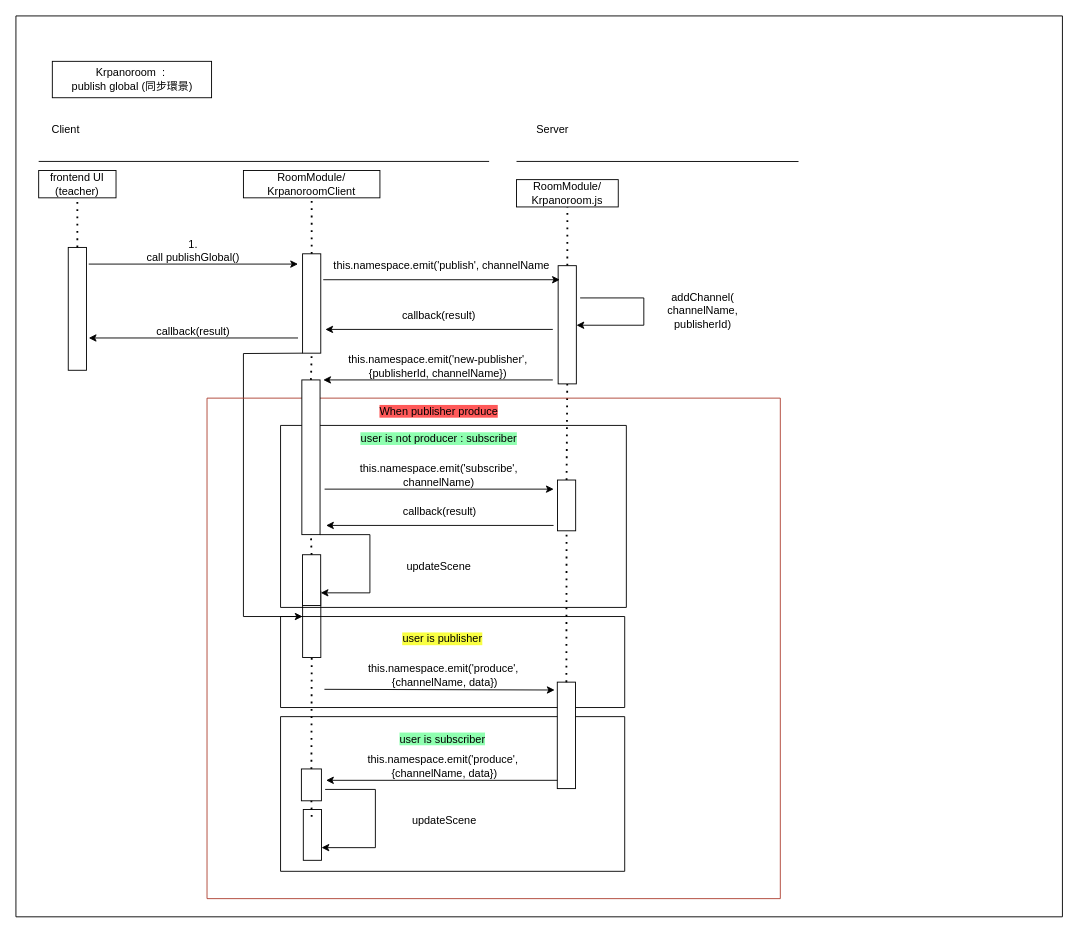
This is classroom-ultra-uml/sequence-diagram/Krpanoroom-publish.drawio from doremi31618/Assets, a draw.io file, before an edit. Source tidied: cells renumbered, new cells numbered last; positions are measured from the earlier drawing's top-left corner, leaving out a move shared by most shapes. Both pictures are drawn from the tidied source at 91%, with x=0, y=0 at pixel (15, 15).
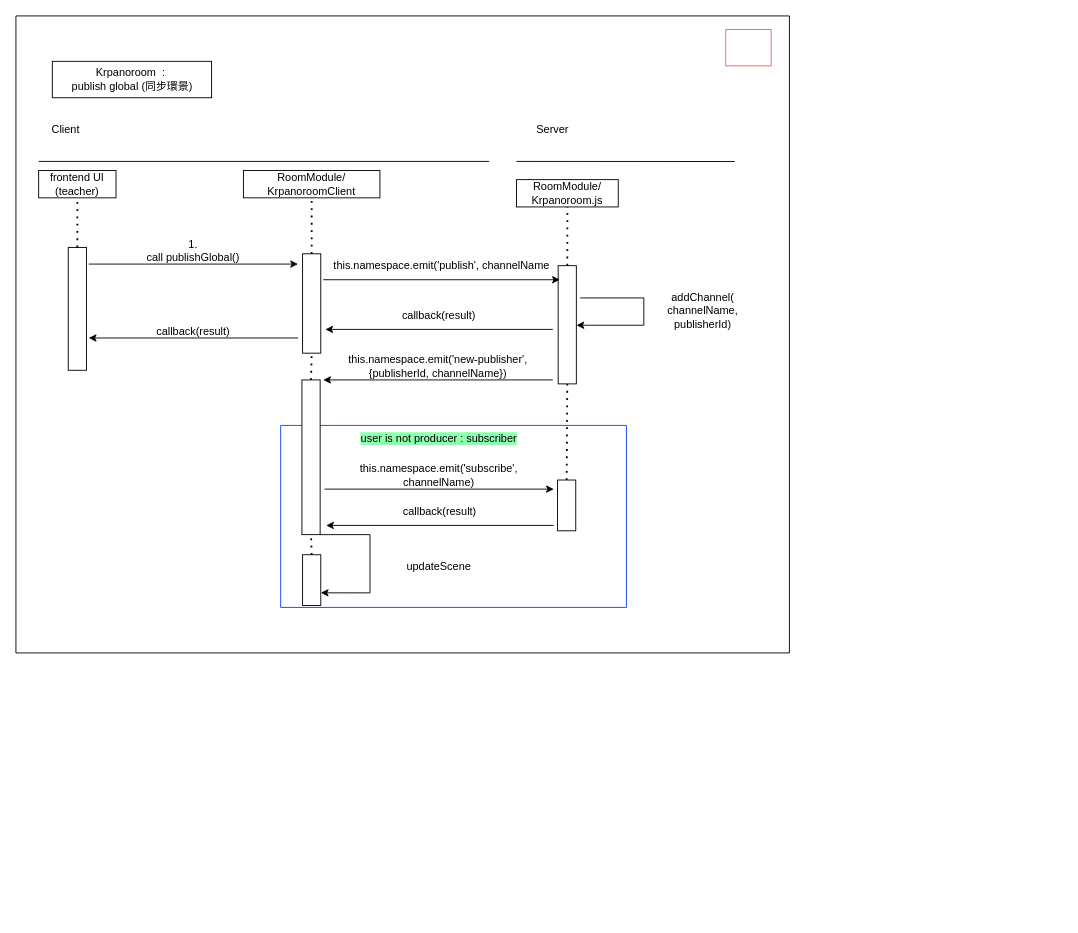
The same diagram, later.

The change refers to these unchanged cells:
```xml
<mxCell id="11" style="rounded=0;whiteSpace=wrap;html=1;rotation=90;" parent="2" vertex="1">
  <mxGeometry x="270.4" y="306" width="109.2" height="20" as="geometry" />
</mxCell>
<mxCell id="53" style="rounded=0;whiteSpace=wrap;html=1;rotation=90;spacing=4;" parent="51" vertex="1">
  <mxGeometry x="286.4" y="77.9" width="55.8" height="20" as="geometry" />
</mxCell>
<mxCell id="59" style="rounded=0;whiteSpace=wrap;html=1;rotation=90;spacing=4;" parent="51" vertex="1">
  <mxGeometry x="6.2" y="160" width="55.8" height="20" as="geometry" />
</mxCell>
```

What changed in the source:
```diff
@@
     <mxCell id="2" style="swimlane;startSize=0;fillColor=#FF5959;" parent="1" vertex="1">
-      <mxGeometry width="1150" height="990" as="geometry" />
+      <mxGeometry width="850" height="700" as="geometry" />
     </mxCell>
@@
     <mxCell id="6" style="endArrow=none;html=1;rounded=0;" parent="2" edge="1">
       <mxGeometry relative="1" as="geometry">
         <mxPoint x="550.1" y="159.9" as="sourcePoint" />
-        <mxPoint x="860" y="160" as="targetPoint" />
+        <mxPoint x="790" y="160" as="targetPoint" />
       </mxGeometry>
     </mxCell>
@@
-    <mxCell id="32" style="rounded=0;whiteSpace=wrap;html=1;rotation=90;spacing=4;" parent="2" vertex="1">
-      <mxGeometry x="288.6" y="658.6" width="72.9" height="20" as="geometry" />
-    </mxCell>
-    <mxCell id="33" style="endArrow=classic;html=1;rounded=0;exitX=1;exitY=1;exitDx=0;exitDy=0;" parent="2" edge="1" source="11">
-      <mxGeometry relative="1" as="geometry">
-        <mxPoint x="315" y="660" as="targetPoint" />
-        <Array as="points">
-          <mxPoint x="250" y="371" />
-          <mxPoint x="250" y="660" />
-        </Array>
-      </mxGeometry>
-    </mxCell>
-    <mxCell id="34" style="endArrow=none;dashed=1;html=1;dashPattern=1 3;strokeWidth=2;rounded=0;fontColor=#000000;entryX=1;entryY=0.5;entryDx=0;entryDy=0;exitX=0;exitY=0.5;exitDx=0;exitDy=0;" parent="2" edge="1" source="32" target="59">
-      <mxGeometry relative="1" as="geometry" />
-    </mxCell>
-    <mxCell id="35" style="endArrow=none;dashed=1;html=1;dashPattern=1 3;strokeWidth=2;rounded=0;fontColor=#000000;entryX=1;entryY=0.5;entryDx=0;entryDy=0;exitX=0.5;exitY=0;exitDx=0;exitDy=0;" parent="2" edge="1" source="39" target="32">
-      <mxGeometry relative="1" as="geometry" />
-    </mxCell>
-    <mxCell id="36" style="swimlane;startSize=0;labelBackgroundColor=#F9FF42;rounded=0;shadow=0;glass=0;fillColor=#fad9d5;strokeColor=#ae4132;fillStyle=auto;" parent="2" vertex="1">
-      <mxGeometry x="210" y="420" width="630" height="550" as="geometry" />
-    </mxCell>
-    <mxCell id="37" style="swimlane;startSize=0;labelBackgroundColor=#F9FF42;fontColor=#000000;fillColor=#8FFFB0;" parent="36" vertex="1">
-      <mxGeometry x="80.8" y="350" width="378.2" height="170" as="geometry" />
-    </mxCell>
-    <mxCell id="38" value="&lt;span style=&quot;background-color: rgb(143, 255, 176);&quot;&gt;user is subscriber&lt;/span&gt;" style="text;strokeColor=none;align=center;fillColor=none;html=1;verticalAlign=middle;whiteSpace=wrap;rounded=0;" parent="37" vertex="1">
-      <mxGeometry x="58.3" y="10" width="240" height="30" as="geometry" />
-    </mxCell>
-    <mxCell id="39" style="whiteSpace=wrap;html=1;labelBackgroundColor=#F9FF42;fontColor=#000000;" parent="37" vertex="1">
-      <mxGeometry x="22.9" y="57.5" width="22" height="35" as="geometry" />
-    </mxCell>
-    <mxCell id="40" value="this.namespace.emit('produce',&lt;br style=&quot;border-color: var(--border-color);&quot;&gt;&amp;nbsp;{channelName, data})" style="text;strokeColor=none;align=center;fillColor=none;html=1;verticalAlign=middle;whiteSpace=wrap;rounded=0;fontColor=#000000;" parent="37" vertex="1">
-      <mxGeometry x="50" y="40" width="256.6" height="30" as="geometry" />
-    </mxCell>
-    <mxCell id="41" style="endArrow=classic;html=1;rounded=0;fontColor=#000000;exitX=1;exitY=1;exitDx=0;exitDy=0;entryX=0;entryY=1;entryDx=0;entryDy=0;" parent="37" edge="1" source="40" target="40">
-      <mxGeometry relative="1" as="geometry" />
-    </mxCell>
-    <mxCell id="42" style="rounded=0;whiteSpace=wrap;html=1;rotation=90;spacing=4;" parent="37" vertex="1">
-      <mxGeometry x="7.1" y="120" width="55.8" height="20" as="geometry" />
-    </mxCell>
-    <mxCell id="43" style="endArrow=classic;html=1;rounded=0;exitX=1;exitY=1;exitDx=0;exitDy=0;entryX=0.75;entryY=0;entryDx=0;entryDy=0;" parent="37" edge="1" target="42">
-      <mxGeometry relative="1" as="geometry">
-        <mxPoint x="49" y="80" as="sourcePoint" />
-        <Array as="points">
-          <mxPoint x="104.2" y="80" />
-          <mxPoint x="104.2" y="144" />
-        </Array>
-      </mxGeometry>
-    </mxCell>
-    <mxCell id="44" value="updateScene" style="text;strokeColor=none;align=center;fillColor=none;html=1;verticalAlign=middle;whiteSpace=wrap;rounded=0;" parent="37" vertex="1">
-      <mxGeometry x="130.2" y="100" width="100.1" height="30" as="geometry" />
-    </mxCell>
-    <mxCell id="45" style="endArrow=none;dashed=1;html=1;dashPattern=1 3;strokeWidth=2;rounded=0;fontColor=#000000;entryX=0.5;entryY=1;entryDx=0;entryDy=0;" parent="37" edge="1" target="39">
-      <mxGeometry relative="1" as="geometry">
-        <mxPoint x="34.2" y="110" as="sourcePoint" />
-      </mxGeometry>
-    </mxCell>
-    <mxCell id="46" style="swimlane;startSize=0;fillColor=#F9FF42;" parent="36" vertex="1">
-      <mxGeometry x="80.8" y="240" width="378.2" height="100" as="geometry" />
-    </mxCell>
-    <mxCell id="47" value="&lt;span style=&quot;background-color: rgb(249, 255, 66);&quot;&gt;user is publisher&lt;/span&gt;" style="text;strokeColor=none;align=center;fillColor=none;html=1;verticalAlign=middle;whiteSpace=wrap;rounded=0;" parent="46" vertex="1">
-      <mxGeometry x="58.3" y="10" width="240" height="30" as="geometry" />
-    </mxCell>
-    <mxCell id="48" value="&lt;font color=&quot;#000000&quot;&gt;this.namespace.emit('produce',&lt;br&gt;&amp;nbsp;{channelName, data})&lt;/font&gt;" style="text;strokeColor=none;align=center;fillColor=none;html=1;verticalAlign=middle;whiteSpace=wrap;rounded=0;fontColor=#008F26;" parent="46" vertex="1">
-      <mxGeometry x="48.2" y="50" width="261.8" height="30" as="geometry" />
-    </mxCell>
-    <mxCell id="49" style="endArrow=classic;html=1;rounded=0;fontColor=#000000;exitX=0;exitY=1;exitDx=0;exitDy=0;entryX=0.074;entryY=1.144;entryDx=0;entryDy=0;entryPerimeter=0;" parent="46" edge="1" source="48" target="50">
-      <mxGeometry relative="1" as="geometry" />
-    </mxCell>
-    <mxCell id="50" style="rounded=0;whiteSpace=wrap;html=1;rotation=90;spacing=4;" parent="46" vertex="1">
-      <mxGeometry x="255.6" y="120.6" width="117" height="20" as="geometry" />
-    </mxCell>
-    <mxCell id="51" style="swimlane;startSize=0;fillColor=#8FFFB0;" parent="36" vertex="1">
-      <mxGeometry x="80.8" y="30" width="380" height="200" as="geometry" />
+    <mxCell id="51" style="swimlane;startSize=0;fillColor=#8FFFB0;strokeColor=#0F3FFF;" parent="2" vertex="1">
+      <mxGeometry x="290.9" y="450" width="380" height="200" as="geometry" />
     </mxCell>
@@
-    <mxCell id="63" style="endArrow=none;dashed=1;html=1;dashPattern=1 3;strokeWidth=2;rounded=0;fontColor=#000000;entryX=1;entryY=0.5;entryDx=0;entryDy=0;exitX=0;exitY=0.5;exitDx=0;exitDy=0;" parent="36" edge="1" source="50" target="53">
-      <mxGeometry relative="1" as="geometry" />
-    </mxCell>
-    <mxCell id="64" value="&lt;span style=&quot;background-color: rgb(255, 89, 89);&quot;&gt;When publisher produce&lt;/span&gt;" style="text;strokeColor=none;align=center;fillColor=none;html=1;verticalAlign=middle;whiteSpace=wrap;rounded=0;fontColor=#000000;" parent="36" vertex="1">
-      <mxGeometry x="165" width="180" height="30" as="geometry" />
-    </mxCell>
+    <mxCell id="36" style="swimlane;startSize=0;labelBackgroundColor=#F9FF42;rounded=0;shadow=0;glass=0;fillColor=#fad9d5;strokeColor=#FF5959;fillStyle=auto;" parent="2" vertex="1" collapsed="1">
+      <mxGeometry x="780" y="14.9" width="50" height="40" as="geometry" />
+    </mxCell>
```
